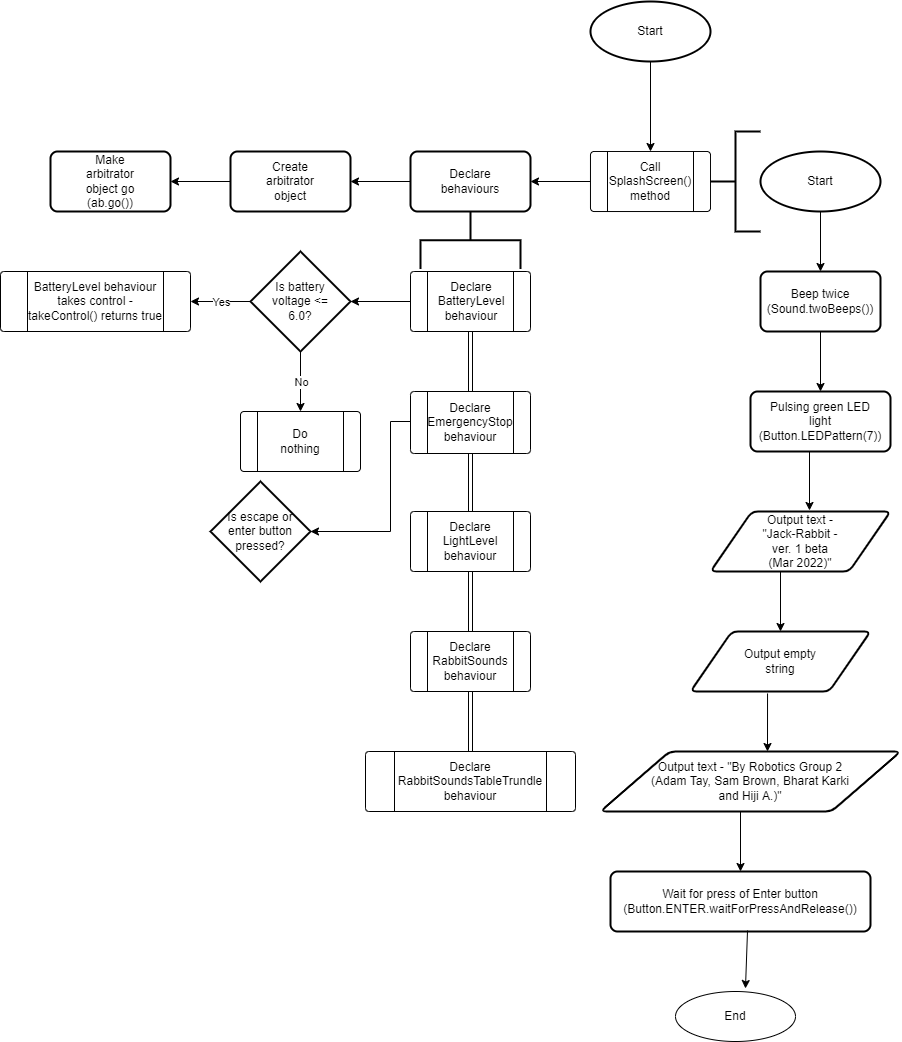
Above: Final submission/ControlFlow.png in XLmT09/Bunny-Robot (draw.io), before the change. Source tidied: cells renumbered, new cells last; positions are measured from the earlier drawing's top-left corner, leaving out a move shared by most shapes.
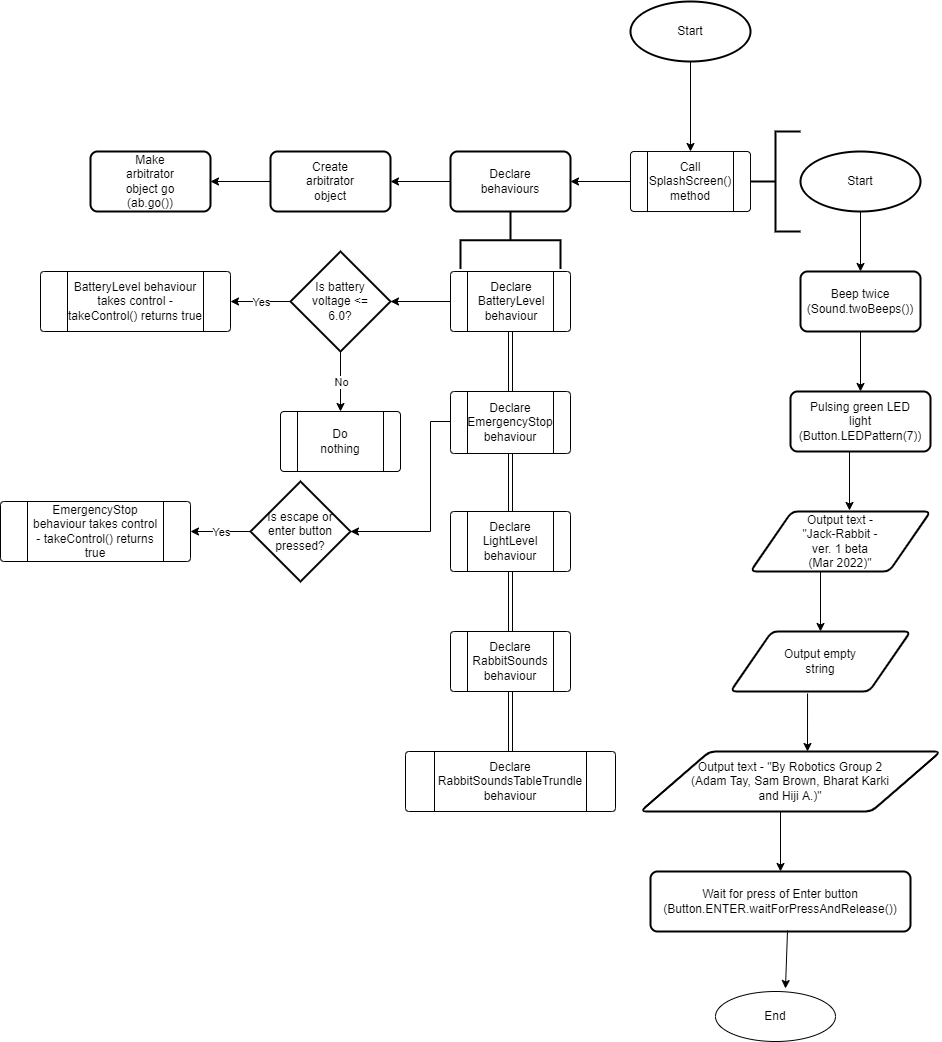
After the change.

Diff of the diagram source:
```diff
@@ -290,5 +290,22 @@
     <mxCell id="90" value="Is escape or enter button pressed?" style="text;strokeColor=none;fillColor=none;html=1;align=center;verticalAlign=middle;whiteSpace=wrap;rounded=0;hachureGap=4;" parent="88" vertex="1">
       <mxGeometry x="15" y="37.5" width="70" height="25" as="geometry" />
     </mxCell>
+    <mxCell id="91" style="endArrow=classic;html=1;rounded=0;sourcePerimeterSpacing=8;targetPerimeterSpacing=8;exitX=0;exitY=0.5;exitDx=0;exitDy=0;exitPerimeter=0;" parent="1" edge="1" source="89">
+      <mxGeometry relative="1" as="geometry">
+        <mxPoint x="150" y="530" as="targetPoint" />
+      </mxGeometry>
+    </mxCell>
+    <mxCell id="92" value="Yes" style="edgeLabel;html=1;align=center;verticalAlign=middle;hachureGap=4;" parent="91" vertex="1">
+      <mxGeometry relative="1" as="geometry" />
+    </mxCell>
+    <mxCell id="93" style="group;" parent="1" vertex="1">
+      <mxGeometry x="-40" y="500" width="190" height="60" as="geometry" />
+    </mxCell>
+    <mxCell id="94" style="verticalLabelPosition=bottom;verticalAlign=top;html=1;shape=process;whiteSpace=wrap;rounded=1;size=0.14;arcSize=6;hachureGap=4;" parent="93" vertex="1">
+      <mxGeometry width="190" height="60" as="geometry" />
+    </mxCell>
+    <mxCell id="95" value="EmergencyStop behaviour takes control - takeControl() returns true" style="text;strokeColor=none;fillColor=none;html=1;align=center;verticalAlign=middle;whiteSpace=wrap;rounded=0;hachureGap=4;" parent="93" vertex="1">
+      <mxGeometry x="30" y="15" width="130" height="30" as="geometry" />
+    </mxCell>
   </root>
 </mxGraphModel>
```
